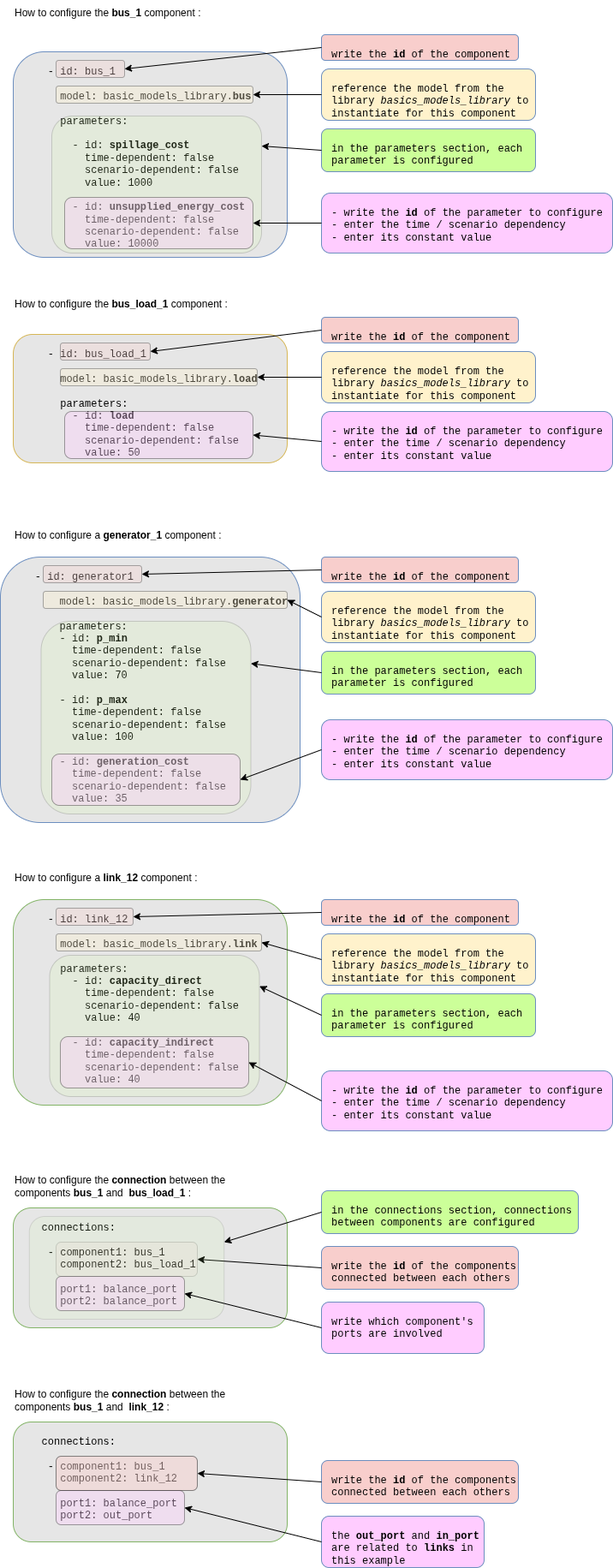
Above: doc/assets/2_QSE_Adequacy_system.png in AntaresSimulatorTeam/GEMS (draw.io), before the change. Source tidied: cells renumbered, new cells last; positions are measured from the earlier drawing's top-left corner, leaving out a move shared by most shapes.
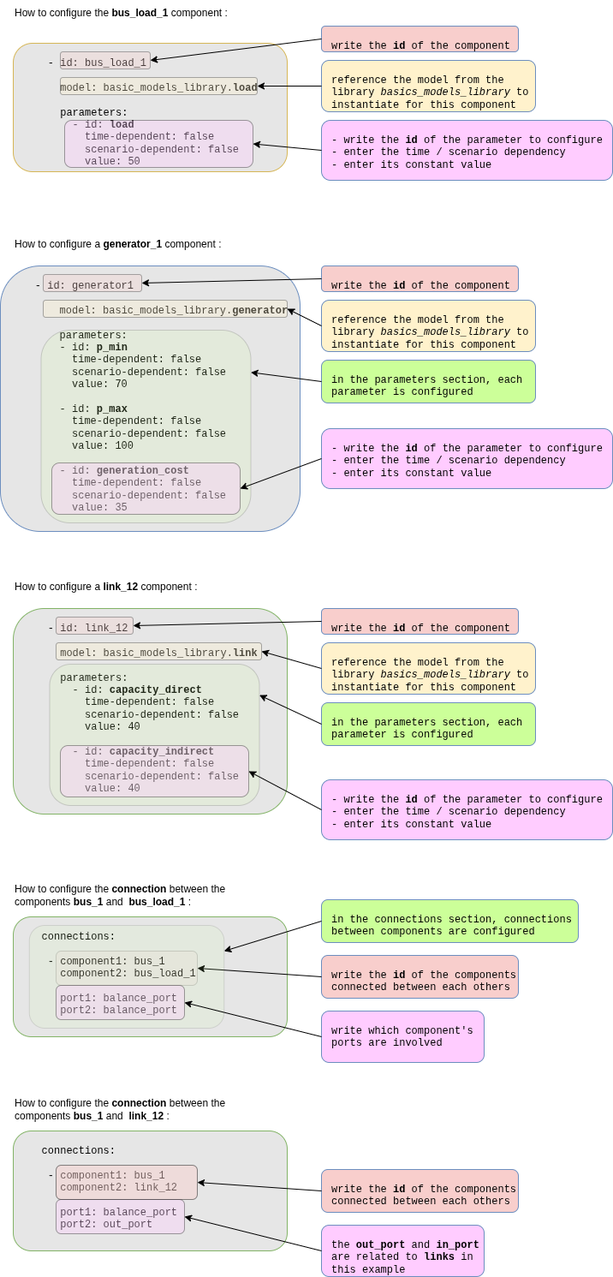
The same diagram one commit later.

Commit message:
drop down menu with seperated system file diagram

What changed in the source:
```diff
@@ -2,9 +2,6 @@
   <root>
     <mxCell id="0" />
     <mxCell id="1" parent="0" />
-    <mxCell id="2" value="&lt;div&gt;&amp;nbsp; &amp;nbsp; - id: bus_1&lt;/div&gt;&lt;div&gt;&lt;br&gt;&lt;/div&gt;&lt;div&gt;&amp;nbsp; &amp;nbsp; &amp;nbsp; model: basic_models_library.&lt;b&gt;bus&lt;/b&gt;&lt;/div&gt;&lt;div&gt;&lt;b&gt;&lt;br&gt;&lt;/b&gt;&lt;/div&gt;&lt;div&gt;&amp;nbsp; &amp;nbsp; &amp;nbsp; parameters:&lt;/div&gt;&lt;div&gt;&lt;br&gt;&lt;/div&gt;&lt;div&gt;&amp;nbsp; &amp;nbsp; &amp;nbsp; &amp;nbsp; - id: &lt;b&gt;spillage_cost&lt;/b&gt;&lt;/div&gt;&lt;div&gt;&amp;nbsp; &amp;nbsp; &amp;nbsp; &amp;nbsp; &amp;nbsp; time-dependent: false&lt;/div&gt;&lt;div&gt;&amp;nbsp; &amp;nbsp; &amp;nbsp; &amp;nbsp; &amp;nbsp; scenario-dependent: false&lt;/div&gt;&lt;div&gt;&amp;nbsp; &amp;nbsp; &amp;nbsp; &amp;nbsp; &amp;nbsp; value: 1000&lt;/div&gt;&lt;div&gt;&lt;br&gt;&lt;/div&gt;&lt;div&gt;&amp;nbsp; &amp;nbsp; &amp;nbsp; &amp;nbsp; - id: &lt;b&gt;unsupplied_energy_cost&lt;/b&gt;&lt;/div&gt;&lt;div&gt;&amp;nbsp; &amp;nbsp; &amp;nbsp; &amp;nbsp; &amp;nbsp; time-dependent: false&lt;/div&gt;&lt;div&gt;&amp;nbsp; &amp;nbsp; &amp;nbsp; &amp;nbsp; &amp;nbsp; scenario-dependent: false&lt;/div&gt;&lt;div&gt;&amp;nbsp; &amp;nbsp; &amp;nbsp; &amp;nbsp; &amp;nbsp; value: 10000&lt;/div&gt;" style="rounded=1;whiteSpace=wrap;html=1;fillColor=#E6E6E6;strokeColor=#6c8ebf;align=left;verticalAlign=top;fontFamily=Courier New;fontSize=12;spacingLeft=10;spacingTop=10;" parent="1" vertex="1">
-      <mxGeometry x="15" y="60" width="320" height="240" as="geometry" />
-    </mxCell>
     <mxCell id="3" value="&lt;div&gt;&amp;nbsp; &amp;nbsp; - id: bus_load_1&lt;/div&gt;&lt;div&gt;&lt;br&gt;&lt;/div&gt;&lt;div&gt;&amp;nbsp; &amp;nbsp; &amp;nbsp; model: basic_models_library.&lt;b&gt;load&lt;/b&gt;&lt;/div&gt;&lt;div&gt;&lt;b&gt;&lt;br&gt;&lt;/b&gt;&lt;/div&gt;&lt;div&gt;&amp;nbsp; &amp;nbsp; &amp;nbsp; parameters:&lt;/div&gt;&lt;div&gt;&amp;nbsp; &amp;nbsp; &amp;nbsp; &amp;nbsp; - id: &lt;b&gt;load&lt;/b&gt;&lt;/div&gt;&lt;div&gt;&amp;nbsp; &amp;nbsp; &amp;nbsp; &amp;nbsp; &amp;nbsp; time-dependent: false&lt;/div&gt;&lt;div&gt;&amp;nbsp; &amp;nbsp; &amp;nbsp; &amp;nbsp; &amp;nbsp; scenario-dependent: false&lt;/div&gt;&lt;div&gt;&amp;nbsp; &amp;nbsp; &amp;nbsp; &amp;nbsp; &amp;nbsp; value: 50&lt;/div&gt;" style="rounded=1;whiteSpace=wrap;html=1;fillColor=#E6E6E6;strokeColor=#d6b656;align=left;verticalAlign=top;fontFamily=Courier New;fontSize=12;spacingLeft=10;spacingTop=10;" parent="1" vertex="1">
       <mxGeometry x="15" y="390" width="320" height="150" as="geometry" />
     </mxCell>
@@ -14,42 +11,6 @@
     <mxCell id="5" value="&lt;div&gt;&amp;nbsp; &amp;nbsp; - id: link_12&lt;/div&gt;&lt;div&gt;&lt;br&gt;&lt;/div&gt;&lt;div&gt;&amp;nbsp; &amp;nbsp; &amp;nbsp; model: basic_models_library.&lt;b&gt;link&lt;/b&gt;&lt;/div&gt;&lt;div&gt;&lt;b&gt;&lt;br&gt;&lt;/b&gt;&lt;/div&gt;&lt;div&gt;&amp;nbsp; &amp;nbsp; &amp;nbsp; parameters:&lt;/div&gt;&lt;div&gt;&amp;nbsp; &amp;nbsp; &amp;nbsp; &amp;nbsp; - id: &lt;b&gt;capacity_direct&lt;/b&gt;&lt;/div&gt;&lt;div&gt;&amp;nbsp; &amp;nbsp; &amp;nbsp; &amp;nbsp; &amp;nbsp; time-dependent: false&lt;/div&gt;&lt;div&gt;&amp;nbsp; &amp;nbsp; &amp;nbsp; &amp;nbsp; &amp;nbsp; scenario-dependent: false&lt;/div&gt;&lt;div&gt;&amp;nbsp; &amp;nbsp; &amp;nbsp; &amp;nbsp; &amp;nbsp; value: 40&lt;/div&gt;&lt;div&gt;&lt;br&gt;&lt;/div&gt;&lt;div&gt;&amp;nbsp; &amp;nbsp; &amp;nbsp; &amp;nbsp; - id: &lt;b&gt;capacity_indirect&lt;/b&gt;&lt;/div&gt;&lt;div&gt;&amp;nbsp; &amp;nbsp; &amp;nbsp; &amp;nbsp; &amp;nbsp; time-dependent: false&lt;/div&gt;&lt;div&gt;&amp;nbsp; &amp;nbsp; &amp;nbsp; &amp;nbsp; &amp;nbsp; scenario-dependent: false&lt;/div&gt;&lt;div&gt;&amp;nbsp; &amp;nbsp; &amp;nbsp; &amp;nbsp; &amp;nbsp; value: 40&lt;/div&gt;" style="rounded=1;whiteSpace=wrap;html=1;fillColor=#E6E6E6;strokeColor=#82b366;align=left;verticalAlign=top;fontFamily=Courier New;fontSize=12;spacingLeft=10;spacingTop=10;" parent="1" vertex="1">
       <mxGeometry x="15" y="1050" width="320" height="240" as="geometry" />
     </mxCell>
-    <mxCell id="6" value="write the &lt;b&gt;id&lt;/b&gt;&amp;nbsp;of the component" style="rounded=1;whiteSpace=wrap;html=1;fillColor=#F8CECC;strokeColor=#6c8ebf;align=left;verticalAlign=top;fontFamily=Courier New;fontSize=12;spacingLeft=10;spacingTop=10;" parent="1" vertex="1">
-      <mxGeometry x="375" y="40" width="230" height="30" as="geometry" />
-    </mxCell>
-    <mxCell id="7" value="reference the model from the library &lt;i&gt;basics_models_library&lt;/i&gt; to instantiate for this component" style="rounded=1;whiteSpace=wrap;html=1;fillColor=#FFF2CC;strokeColor=#6c8ebf;align=left;verticalAlign=top;fontFamily=Courier New;fontSize=12;spacingLeft=10;spacingTop=10;" parent="1" vertex="1">
-      <mxGeometry x="375" y="80" width="250" height="60" as="geometry" />
-    </mxCell>
-    <mxCell id="8" style="rounded=1;whiteSpace=wrap;html=1;opacity=30;fillColor=#F8CECC;" parent="1" vertex="1">
-      <mxGeometry x="65" y="70" width="80" height="20" as="geometry" />
-    </mxCell>
-    <mxCell id="9" style="rounded=1;whiteSpace=wrap;html=1;opacity=30;fillColor=#FFF2CC;" parent="1" vertex="1">
-      <mxGeometry x="65" y="100" width="230" height="20" as="geometry" />
-    </mxCell>
-    <mxCell id="10" value="in the parameters section, each parameter is configured" style="rounded=1;whiteSpace=wrap;html=1;fillColor=#CCFF99;strokeColor=#6c8ebf;align=left;verticalAlign=top;fontFamily=Courier New;fontSize=12;spacingLeft=10;spacingTop=10;" parent="1" vertex="1">
-      <mxGeometry x="375" y="150" width="250" height="50" as="geometry" />
-    </mxCell>
-    <mxCell id="11" style="rounded=1;whiteSpace=wrap;html=1;opacity=15;fillColor=#CCFF99;" parent="1" vertex="1">
-      <mxGeometry x="60" y="135" width="245" height="160" as="geometry" />
-    </mxCell>
-    <mxCell id="12" value="- write the &lt;b&gt;id&lt;/b&gt; of the parameter to configure&lt;div&gt;&lt;div&gt;&lt;div&gt;&lt;div&gt;- enter the time / scenario dependency&lt;/div&gt;&lt;/div&gt;&lt;/div&gt;&lt;/div&gt;&lt;div&gt;- enter its constant value&lt;/div&gt;" style="rounded=1;whiteSpace=wrap;html=1;fillColor=#FFCCFF;strokeColor=#6c8ebf;align=left;verticalAlign=top;fontFamily=Courier New;fontSize=12;spacingLeft=10;spacingTop=10;" parent="1" vertex="1">
-      <mxGeometry x="375" y="225" width="340" height="70" as="geometry" />
-    </mxCell>
-    <mxCell id="13" style="rounded=1;whiteSpace=wrap;html=1;opacity=35;fillColor=#FFCCFF;" parent="1" vertex="1">
-      <mxGeometry x="75" y="230" width="220" height="60" as="geometry" />
-    </mxCell>
-    <mxCell id="14" style="endArrow=classic;html=1;rounded=0;exitX=0;exitY=0.5;exitDx=0;exitDy=0;entryX=1;entryY=0.5;entryDx=0;entryDy=0;" parent="1" edge="1" source="6" target="8">
-      <mxGeometry relative="1" as="geometry" />
-    </mxCell>
-    <mxCell id="15" style="endArrow=classic;html=1;rounded=0;exitX=0;exitY=0.5;exitDx=0;exitDy=0;entryX=1;entryY=0.5;entryDx=0;entryDy=0;" parent="1" edge="1" source="7" target="9">
-      <mxGeometry relative="1" as="geometry" />
-    </mxCell>
-    <mxCell id="16" style="endArrow=classic;html=1;rounded=0;exitX=0;exitY=0.5;exitDx=0;exitDy=0;entryX=1;entryY=0.219;entryDx=0;entryDy=0;entryPerimeter=0;" parent="1" edge="1" source="10" target="11">
-      <mxGeometry relative="1" as="geometry" />
-    </mxCell>
-    <mxCell id="17" style="endArrow=classic;html=1;rounded=0;exitX=0;exitY=0.5;exitDx=0;exitDy=0;entryX=1;entryY=0.5;entryDx=0;entryDy=0;" parent="1" edge="1" source="12" target="13">
-      <mxGeometry relative="1" as="geometry" />
-    </mxCell>
     <mxCell id="18" value="write the &lt;b&gt;id&lt;/b&gt;&amp;nbsp;of the component" style="rounded=1;whiteSpace=wrap;html=1;fillColor=#F8CECC;strokeColor=#6c8ebf;align=left;verticalAlign=top;fontFamily=Courier New;fontSize=12;spacingLeft=10;spacingTop=10;" parent="1" vertex="1">
       <mxGeometry x="375" y="370" width="230" height="30" as="geometry" />
     </mxCell>
@@ -149,9 +110,6 @@
     <mxCell id="50" style="endArrow=classic;html=1;rounded=0;exitX=0;exitY=0.5;exitDx=0;exitDy=0;entryX=1;entryY=0.5;entryDx=0;entryDy=0;" parent="1" edge="1" source="45" target="46">
       <mxGeometry relative="1" as="geometry" />
     </mxCell>
-    <mxCell id="51" value="How to configure the&amp;nbsp;&lt;b&gt;bus_1&lt;/b&gt; component :" style="text;html=1;whiteSpace=wrap;strokeColor=none;fillColor=none;align=left;verticalAlign=middle;rounded=0;" parent="1" vertex="1">
-      <mxGeometry x="15" width="285" height="30" as="geometry" />
-    </mxCell>
     <mxCell id="52" value="How to configure the&amp;nbsp;&lt;b&gt;bus_load_1&lt;/b&gt; component :" style="text;html=1;whiteSpace=wrap;strokeColor=none;fillColor=none;align=left;verticalAlign=middle;rounded=0;" parent="1" vertex="1">
       <mxGeometry x="15" y="340" width="285" height="30" as="geometry" />
     </mxCell>
```
